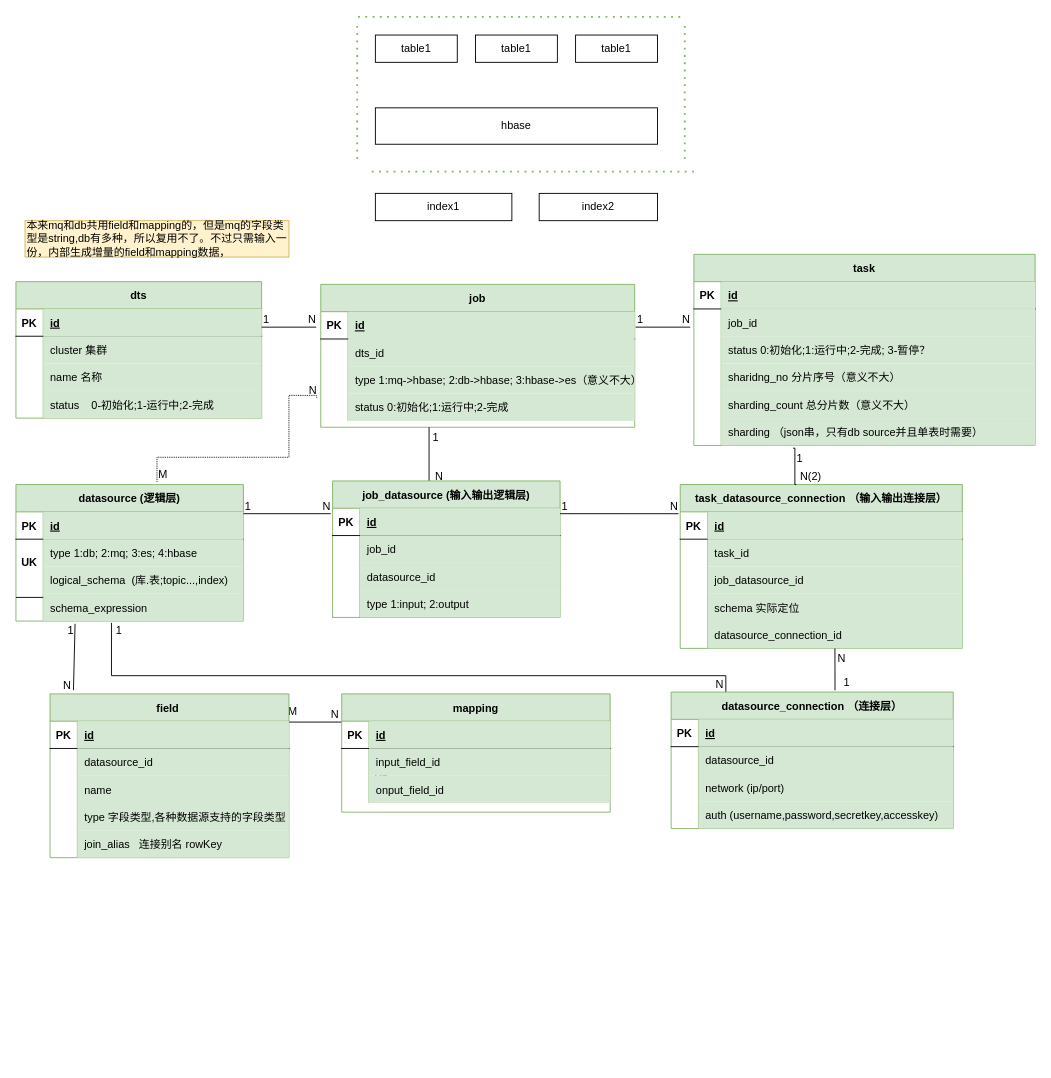
This is 数据同步.drawio from gangxing/drawio, a draw.io file, before an edit. Source tidied: cells renumbered, new cells numbered last; positions are measured from the earlier drawing's top-left corner, leaving out a move shared by most shapes. Both pictures are drawn from the tidied source at 91%, with x=0, y=0 at pixel (15, 16).
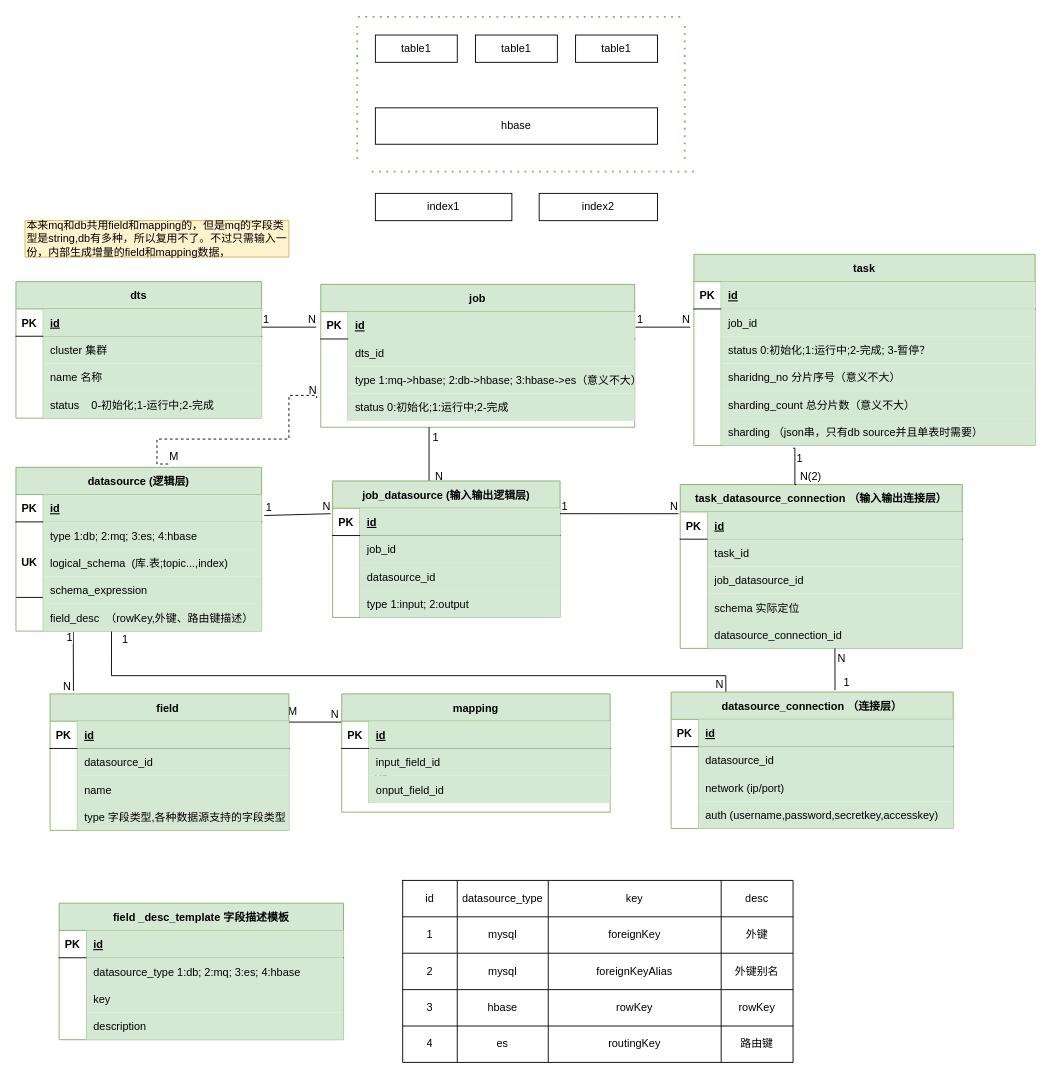
After the change.

Unchanged cells that the change refers to:
```xml
<mxCell id="25" style="shape=partialRectangle;fillColor=none;top=0;left=0;bottom=0;right=0;points=[[0,0.5],[1,0.5]];portConstraint=eastwest;" parent="15" vertex="1">
  <mxGeometry y="120" width="345" height="30" as="geometry" />
</mxCell>
<mxCell id="137" value="datasource_connection （连接层）" style="shape=table;startSize=30;childLayout=tableLayout;rowLines=0;fontStyle=1;align=center;fillColor=#d5e8d4;strokeColor=#82b366;" parent="1" vertex="1">
  <mxGeometry x="720" y="742" width="310" height="150" as="geometry" />
</mxCell>
```

The edit, as a diff of the source:
```diff
@@
-    <mxCell id="47" value="datasource (逻辑层)" style="shape=table;startSize=30;childLayout=tableLayout;rowLines=0;fontStyle=1;align=center;fillColor=#d5e8d4;strokeColor=#82b366;" parent="1" vertex="1">
-      <mxGeometry y="514" width="250" height="150" as="geometry" />
-    </mxCell>
-    <mxCell id="48" style="shape=partialRectangle;fillColor=none;top=0;left=0;bottom=1;right=0;points=[[0,0.5],[1,0.5]];portConstraint=eastwest;" parent="47" vertex="1">
-      <mxGeometry y="30" width="250" height="30" as="geometry" />
-    </mxCell>
-    <mxCell id="49" value="PK" style="shape=partialRectangle;fillColor=none;top=0;left=0;bottom=0;right=0;fontStyle=1;overflow=hidden;" parent="48" vertex="1">
-      <mxGeometry width="30" height="30" as="geometry" />
-    </mxCell>
-    <mxCell id="50" value="id" style="shape=partialRectangle;fillColor=#d5e8d4;top=0;left=0;bottom=0;right=0;align=left;spacingLeft=6;fontStyle=5;overflow=hidden;strokeColor=#82b366;" parent="48" vertex="1">
-      <mxGeometry x="30" width="220" height="30" as="geometry" />
-    </mxCell>
-    <mxCell id="51" style="shape=partialRectangle;fillColor=none;top=0;left=0;bottom=0;right=0;" parent="47" vertex="1">
-      <mxGeometry y="60" width="250" height="30" as="geometry" />
-    </mxCell>
-    <mxCell id="52" style="shape=partialRectangle;fillColor=none;top=0;left=0;bottom=0;right=0;overflow=hidden;" parent="51" vertex="1">
-      <mxGeometry width="30" height="30" as="geometry" />
-    </mxCell>
-    <mxCell id="53" value="type 1:db; 2:mq; 3:es; 4:hbase" style="shape=partialRectangle;fillColor=#d5e8d4;top=0;left=0;bottom=0;right=0;align=left;spacingLeft=6;overflow=hidden;strokeColor=#82b366;" parent="51" vertex="1">
-      <mxGeometry x="30" width="220" height="30" as="geometry" />
-    </mxCell>
-    <mxCell id="54" style="shape=partialRectangle;fillColor=none;top=0;left=0;bottom=0;right=0;" parent="47" vertex="1">
-      <mxGeometry y="90" width="250" height="30" as="geometry" />
-    </mxCell>
-    <mxCell id="55" style="shape=partialRectangle;fillColor=none;top=0;left=0;bottom=0;right=0;overflow=hidden;" parent="54" vertex="1">
-      <mxGeometry width="30" height="30" as="geometry" />
-    </mxCell>
-    <mxCell id="56" value="logical_schema  (库.表;topic...,index)" style="shape=partialRectangle;fillColor=#d5e8d4;top=0;left=0;bottom=0;right=0;align=left;spacingLeft=6;overflow=hidden;strokeColor=#82b366;" parent="54" vertex="1">
-      <mxGeometry x="30" width="220" height="30" as="geometry" />
-    </mxCell>
-    <mxCell id="57" style="shape=partialRectangle;fillColor=none;top=0;left=0;bottom=0;right=0;points=[[0,0.5],[1,0.5]];portConstraint=eastwest;" parent="47" vertex="1">
-      <mxGeometry y="120" width="250" height="30" as="geometry" />
-    </mxCell>
-    <mxCell id="58" style="shape=partialRectangle;fillColor=none;top=0;left=0;bottom=0;right=0;overflow=hidden;" parent="57" vertex="1">
-      <mxGeometry width="30" height="30" as="geometry" />
-    </mxCell>
-    <mxCell id="59" value="schema_expression" style="shape=partialRectangle;fillColor=#d5e8d4;top=0;left=0;bottom=0;right=0;align=left;spacingLeft=6;overflow=hidden;strokeColor=#82b366;" parent="57" vertex="1">
-      <mxGeometry x="30" width="220" height="30" as="geometry" />
-    </mxCell>
@@
-    <mxCell id="66" style="endArrow=none;html=1;rounded=0;" parent="1" edge="1">
+    <mxCell id="66" style="endArrow=none;html=1;rounded=0;exitX=1.011;exitY=0.767;exitDx=0;exitDy=0;exitPerimeter=0;" parent="1" edge="1" source="48">
       <mxGeometry relative="1" as="geometry">
-        <mxPoint x="250" y="546" as="sourcePoint" />
         <mxPoint x="346" y="546" as="targetPoint" />
       </mxGeometry>
     </mxCell>
@@
-    <mxCell id="72" style="endArrow=none;html=1;rounded=0;edgeStyle=orthogonalEdgeStyle;entryX=0.194;entryY=0;entryDx=0;entryDy=0;entryPerimeter=0;" parent="1" edge="1" target="137">
+    <mxCell id="72" style="endArrow=none;html=1;rounded=0;edgeStyle=orthogonalEdgeStyle;entryX=0.194;entryY=0;entryDx=0;entryDy=0;entryPerimeter=0;exitX=0.389;exitY=1;exitDx=0;exitDy=0;exitPerimeter=0;" parent="1" edge="1" source="178" target="137">
       <mxGeometry relative="1" as="geometry">
-        <mxPoint x="105" y="666" as="sourcePoint" />
         <Array as="points">
           <mxPoint x="105" y="724" />
           <mxPoint x="780" y="724" />
         </Array>
       </mxGeometry>
     </mxCell>
@@
     <mxCell id="75" value="1" style="edgeLabel;html=1;align=center;verticalAlign=middle;fontSize=12;" parent="72" vertex="1">
       <mxGeometry x="-0.72" y="1" relative="1" as="geometry">
-        <mxPoint x="-40" y="-49" as="offset" />
+        <mxPoint x="-40" y="-39" as="offset" />
       </mxGeometry>
     </mxCell>
@@
-    <mxCell id="91" style="endArrow=none;html=1;rounded=0;entryX=0.098;entryY=-0.022;entryDx=0;entryDy=0;entryPerimeter=0;exitX=0.26;exitY=1.1;exitDx=0;exitDy=0;exitPerimeter=0;" parent="1" edge="1" source="57" target="111">
-      <mxGeometry relative="1" as="geometry" />
+    <mxCell id="91" style="endArrow=none;html=1;rounded=0;entryX=0.098;entryY=-0.022;entryDx=0;entryDy=0;entryPerimeter=0;" parent="1" edge="1" target="111">
+      <mxGeometry relative="1" as="geometry">
+        <mxPoint x="63" y="676" as="sourcePoint" />
+      </mxGeometry>
     </mxCell>
@@
     <mxCell id="111" value="field " style="shape=table;startSize=30;childLayout=tableLayout;rowLines=0;fontStyle=1;align=center;fillColor=#d5e8d4;strokeColor=#82b366;" parent="1" vertex="1">
-      <mxGeometry x="37.5" y="744" width="262.5" height="180" as="geometry" />
+      <mxGeometry x="37.5" y="744" width="262.5" height="150" as="geometry" />
     </mxCell>
@@
-    <mxCell id="124" style="shape=partialRectangle;fillColor=none;top=0;left=0;bottom=0;right=0;" parent="111" vertex="1">
-      <mxGeometry y="150" width="262.5" height="30" as="geometry" />
-    </mxCell>
-    <mxCell id="125" style="shape=partialRectangle;fillColor=none;top=0;left=0;bottom=0;right=0;overflow=hidden;" parent="124" vertex="1">
-      <mxGeometry width="30" height="30" as="geometry" />
-    </mxCell>
-    <mxCell id="126" value="join_alias   连接别名 rowKey" style="shape=partialRectangle;fillColor=#d5e8d4;top=0;left=0;bottom=0;right=0;align=left;spacingLeft=6;overflow=hidden;strokeColor=#82b366;" parent="124" vertex="1">
-      <mxGeometry x="30" width="232.5" height="30" as="geometry" />
-    </mxCell>
@@
-    <mxCell id="175" style="endArrow=none;html=1;rounded=0;exitX=0.62;exitY=-0.02;exitDx=0;exitDy=0;exitPerimeter=0;entryX=-0.013;entryY=0.167;entryDx=0;entryDy=0;entryPerimeter=0;edgeStyle=orthogonalEdgeStyle;dashed=1;dashPattern=1 1;" parent="1" edge="1" source="47" target="25">
+    <mxCell id="175" style="endArrow=none;html=1;rounded=0;exitX=0.62;exitY=-0.02;exitDx=0;exitDy=0;exitPerimeter=0;entryX=-0.013;entryY=0.167;entryDx=0;entryDy=0;entryPerimeter=0;edgeStyle=orthogonalEdgeStyle;dashed=1;" parent="1" edge="1" source="47" target="25">
       <mxGeometry relative="1" as="geometry">
         <Array as="points">
-          <mxPoint x="155" y="484" />
-          <mxPoint x="300" y="484" />
+          <mxPoint x="155" y="464" />
+          <mxPoint x="300" y="464" />
           <mxPoint x="300" y="416" />
+          <mxPoint x="331" y="416" />
         </Array>
       </mxGeometry>
     </mxCell>
@@
+    <mxCell id="47" value="datasource (逻辑层)" style="shape=table;startSize=30;childLayout=tableLayout;rowLines=0;fontStyle=1;align=center;fillColor=#d5e8d4;strokeColor=#82b366;" parent="1" vertex="1">
+      <mxGeometry y="495" width="270" height="180" as="geometry" />
+    </mxCell>
+    <mxCell id="48" style="shape=partialRectangle;fillColor=none;top=0;left=0;bottom=1;right=0;points=[[0,0.5],[1,0.5]];portConstraint=eastwest;" parent="47" vertex="1">
+      <mxGeometry y="30" width="270" height="30" as="geometry" />
+    </mxCell>
+    <mxCell id="49" value="PK" style="shape=partialRectangle;fillColor=none;top=0;left=0;bottom=0;right=0;fontStyle=1;overflow=hidden;" parent="48" vertex="1">
+      <mxGeometry width="30" height="30" as="geometry" />
+    </mxCell>
+    <mxCell id="50" value="id" style="shape=partialRectangle;fillColor=#d5e8d4;top=0;left=0;bottom=0;right=0;align=left;spacingLeft=6;fontStyle=5;overflow=hidden;strokeColor=#82b366;" parent="48" vertex="1">
+      <mxGeometry x="30" width="240" height="30" as="geometry" />
+    </mxCell>
+    <mxCell id="51" style="shape=partialRectangle;fillColor=none;top=0;left=0;bottom=0;right=0;" parent="47" vertex="1">
+      <mxGeometry y="60" width="270" height="30" as="geometry" />
+    </mxCell>
+    <mxCell id="52" style="shape=partialRectangle;fillColor=none;top=0;left=0;bottom=0;right=0;overflow=hidden;" parent="51" vertex="1">
+      <mxGeometry width="30" height="30" as="geometry" />
+    </mxCell>
+    <mxCell id="53" value="type 1:db; 2:mq; 3:es; 4:hbase" style="shape=partialRectangle;fillColor=#d5e8d4;top=0;left=0;bottom=0;right=0;align=left;spacingLeft=6;overflow=hidden;strokeColor=#82b366;" parent="51" vertex="1">
+      <mxGeometry x="30" width="240" height="30" as="geometry" />
+    </mxCell>
+    <mxCell id="54" style="shape=partialRectangle;fillColor=none;top=0;left=0;bottom=0;right=0;" parent="47" vertex="1">
+      <mxGeometry y="90" width="270" height="30" as="geometry" />
+    </mxCell>
+    <mxCell id="55" style="shape=partialRectangle;fillColor=none;top=0;left=0;bottom=0;right=0;overflow=hidden;" parent="54" vertex="1">
+      <mxGeometry width="30" height="30" as="geometry" />
+    </mxCell>
+    <mxCell id="56" value="logical_schema  (库.表;topic...,index)" style="shape=partialRectangle;fillColor=#d5e8d4;top=0;left=0;bottom=0;right=0;align=left;spacingLeft=6;overflow=hidden;strokeColor=#82b366;" parent="54" vertex="1">
+      <mxGeometry x="30" width="240" height="30" as="geometry" />
+    </mxCell>
+    <mxCell id="57" style="shape=partialRectangle;fillColor=none;top=0;left=0;bottom=0;right=0;points=[[0,0.5],[1,0.5]];portConstraint=eastwest;" parent="47" vertex="1">
+      <mxGeometry y="120" width="270" height="30" as="geometry" />
+    </mxCell>
+    <mxCell id="58" style="shape=partialRectangle;fillColor=none;top=0;left=0;bottom=0;right=0;overflow=hidden;" parent="57" vertex="1">
+      <mxGeometry width="30" height="30" as="geometry" />
+    </mxCell>
+    <mxCell id="59" value="schema_expression" style="shape=partialRectangle;fillColor=#d5e8d4;top=0;left=0;bottom=0;right=0;align=left;spacingLeft=6;overflow=hidden;strokeColor=#82b366;" parent="57" vertex="1">
+      <mxGeometry x="30" width="240" height="30" as="geometry" />
+    </mxCell>
+    <mxCell id="178" style="shape=partialRectangle;fillColor=none;top=0;left=0;bottom=0;right=0;points=[[0,0.5],[1,0.5]];portConstraint=eastwest;" parent="47" vertex="1">
+      <mxGeometry y="150" width="270" height="30" as="geometry" />
+    </mxCell>
+    <mxCell id="179" style="shape=partialRectangle;fillColor=none;top=0;left=0;bottom=0;right=0;overflow=hidden;" parent="178" vertex="1">
+      <mxGeometry width="30" height="30" as="geometry" />
+    </mxCell>
+    <mxCell id="180" value="field_desc  （rowKey,外键、路由键描述）" style="shape=partialRectangle;fillColor=#d5e8d4;top=0;left=0;bottom=0;right=0;align=left;spacingLeft=6;overflow=hidden;strokeColor=#82b366;" parent="178" vertex="1">
+      <mxGeometry x="30" width="240" height="30" as="geometry" />
+    </mxCell>
+    <mxCell id="181" value="field _desc_template 字段描述模板" style="shape=table;startSize=30;childLayout=tableLayout;rowLines=0;fontStyle=1;align=center;fillColor=#d5e8d4;strokeColor=#82b366;" parent="1" vertex="1">
+      <mxGeometry x="47.5" y="974" width="312.5" height="150" as="geometry" />
+    </mxCell>
+    <mxCell id="182" style="shape=partialRectangle;fillColor=none;top=0;left=0;bottom=1;right=0;" parent="181" vertex="1">
+      <mxGeometry y="30" width="312.5" height="30" as="geometry" />
+    </mxCell>
+    <mxCell id="183" value="PK" style="shape=partialRectangle;fillColor=none;top=0;left=0;bottom=0;right=0;fontStyle=1;overflow=hidden;" parent="182" vertex="1">
+      <mxGeometry width="30" height="30" as="geometry" />
+    </mxCell>
+    <mxCell id="184" value="id" style="shape=partialRectangle;fillColor=#d5e8d4;top=0;left=0;bottom=0;right=0;align=left;spacingLeft=6;fontStyle=5;overflow=hidden;strokeColor=#82b366;" parent="182" vertex="1">
+      <mxGeometry x="30" width="282.5" height="30" as="geometry" />
+    </mxCell>
+    <mxCell id="185" style="shape=partialRectangle;fillColor=none;top=0;left=0;bottom=0;right=0;" parent="181" vertex="1">
+      <mxGeometry y="60" width="312.5" height="30" as="geometry" />
+    </mxCell>
+    <mxCell id="186" style="shape=partialRectangle;fillColor=none;top=0;left=0;bottom=0;right=0;overflow=hidden;" parent="185" vertex="1">
+      <mxGeometry width="30" height="30" as="geometry" />
+    </mxCell>
+    <mxCell id="187" value="datasource_type 1:db; 2:mq; 3:es; 4:hbase" style="shape=partialRectangle;fillColor=#d5e8d4;top=0;left=0;bottom=0;right=0;align=left;spacingLeft=6;overflow=hidden;strokeColor=#82b366;" parent="185" vertex="1">
+      <mxGeometry x="30" width="282.5" height="30" as="geometry" />
+    </mxCell>
+    <mxCell id="188" style="shape=partialRectangle;fillColor=none;top=0;left=0;bottom=0;right=0;" parent="181" vertex="1">
+      <mxGeometry y="90" width="312.5" height="30" as="geometry" />
+    </mxCell>
+    <mxCell id="189" style="shape=partialRectangle;fillColor=none;top=0;left=0;bottom=0;right=0;overflow=hidden;" parent="188" vertex="1">
+      <mxGeometry width="30" height="30" as="geometry" />
+    </mxCell>
+    <mxCell id="190" value="key" style="shape=partialRectangle;fillColor=#d5e8d4;top=0;left=0;bottom=0;right=0;align=left;spacingLeft=6;overflow=hidden;strokeColor=#82b366;" parent="188" vertex="1">
+      <mxGeometry x="30" width="282.5" height="30" as="geometry" />
+    </mxCell>
+    <mxCell id="191" style="shape=partialRectangle;fillColor=none;top=0;left=0;bottom=0;right=0;" parent="181" vertex="1">
+      <mxGeometry y="120" width="312.5" height="30" as="geometry" />
+    </mxCell>
+    <mxCell id="192" style="shape=partialRectangle;fillColor=none;top=0;left=0;bottom=0;right=0;overflow=hidden;" parent="191" vertex="1">
+      <mxGeometry width="30" height="30" as="geometry" />
+    </mxCell>
+    <mxCell id="193" value="description" style="shape=partialRectangle;fillColor=#d5e8d4;top=0;left=0;bottom=0;right=0;align=left;spacingLeft=6;overflow=hidden;strokeColor=#82b366;" parent="191" vertex="1">
+      <mxGeometry x="30" width="282.5" height="30" as="geometry" />
+    </mxCell>
+    <mxCell id="194" style="shape=table;html=1;whiteSpace=wrap;startSize=0;childLayout=tableLayout;" parent="1" vertex="1">
+      <mxGeometry x="425" y="949" width="429" height="200" as="geometry" />
+    </mxCell>
+    <mxCell id="195" style="shape=partialRectangle;html=1;whiteSpace=wrap;fillColor=none;top=0;left=0;bottom=0;right=0;" parent="194" vertex="1">
+      <mxGeometry width="429" height="40" as="geometry" />
+    </mxCell>
+    <mxCell id="196" value="id" style="shape=partialRectangle;html=1;whiteSpace=wrap;overflow=hidden;fillColor=none;top=0;left=0;bottom=0;right=0;" parent="195" vertex="1">
+      <mxGeometry width="60" height="40" as="geometry" />
+    </mxCell>
+    <mxCell id="197" value="datasource_type" style="shape=partialRectangle;html=1;whiteSpace=wrap;overflow=hidden;fillColor=none;top=0;left=0;bottom=0;right=0;" parent="195" vertex="1">
+      <mxGeometry x="60" width="100" height="40" as="geometry" />
+    </mxCell>
+    <mxCell id="198" value="key" style="shape=partialRectangle;html=1;whiteSpace=wrap;overflow=hidden;fillColor=none;top=0;left=0;bottom=0;right=0;" parent="195" vertex="1">
+      <mxGeometry x="160" width="190" height="40" as="geometry" />
+    </mxCell>
+    <mxCell id="199" value="desc" style="shape=partialRectangle;html=1;whiteSpace=wrap;overflow=hidden;fillColor=none;top=0;left=0;bottom=0;right=0;" parent="195" vertex="1">
+      <mxGeometry x="350" width="79" height="40" as="geometry" />
+    </mxCell>
+    <mxCell id="200" style="shape=partialRectangle;html=1;whiteSpace=wrap;fillColor=none;top=0;left=0;bottom=0;right=0;" parent="194" vertex="1">
+      <mxGeometry y="40" width="429" height="40" as="geometry" />
+    </mxCell>
+    <mxCell id="201" value="1" style="shape=partialRectangle;html=1;whiteSpace=wrap;overflow=hidden;fillColor=none;top=0;left=0;bottom=0;right=0;" parent="200" vertex="1">
+      <mxGeometry width="60" height="40" as="geometry" />
+    </mxCell>
+    <mxCell id="202" value="mysql" style="shape=partialRectangle;html=1;whiteSpace=wrap;overflow=hidden;fillColor=none;top=0;left=0;bottom=0;right=0;" parent="200" vertex="1">
+      <mxGeometry x="60" width="100" height="40" as="geometry" />
+    </mxCell>
+    <mxCell id="203" value="foreignKey" style="shape=partialRectangle;html=1;whiteSpace=wrap;overflow=hidden;fillColor=none;top=0;left=0;bottom=0;right=0;" parent="200" vertex="1">
+      <mxGeometry x="160" width="190" height="40" as="geometry" />
+    </mxCell>
+    <mxCell id="204" value="外键" style="shape=partialRectangle;html=1;whiteSpace=wrap;overflow=hidden;fillColor=none;top=0;left=0;bottom=0;right=0;" parent="200" vertex="1">
+      <mxGeometry x="350" width="79" height="40" as="geometry" />
+    </mxCell>
+    <mxCell id="205" style="shape=partialRectangle;html=1;whiteSpace=wrap;fillColor=none;top=0;left=0;bottom=0;right=0;" parent="194" vertex="1">
+      <mxGeometry y="80" width="429" height="40" as="geometry" />
+    </mxCell>
+    <mxCell id="206" value="2" style="shape=partialRectangle;html=1;whiteSpace=wrap;overflow=hidden;fillColor=none;top=0;left=0;bottom=0;right=0;" parent="205" vertex="1">
+      <mxGeometry width="60" height="40" as="geometry" />
+    </mxCell>
+    <mxCell id="207" value="mysql" style="shape=partialRectangle;html=1;whiteSpace=wrap;overflow=hidden;fillColor=none;top=0;left=0;bottom=0;right=0;" parent="205" vertex="1">
+      <mxGeometry x="60" width="100" height="40" as="geometry" />
+    </mxCell>
+    <mxCell id="208" value="foreignKeyAlias" style="shape=partialRectangle;html=1;whiteSpace=wrap;overflow=hidden;fillColor=none;top=0;left=0;bottom=0;right=0;" parent="205" vertex="1">
+      <mxGeometry x="160" width="190" height="40" as="geometry" />
+    </mxCell>
+    <mxCell id="209" value="外键别名" style="shape=partialRectangle;html=1;whiteSpace=wrap;overflow=hidden;fillColor=none;top=0;left=0;bottom=0;right=0;" parent="205" vertex="1">
+      <mxGeometry x="350" width="79" height="40" as="geometry" />
+    </mxCell>
+    <mxCell id="210" style="shape=partialRectangle;html=1;whiteSpace=wrap;fillColor=none;top=0;left=0;bottom=0;right=0;" parent="194" vertex="1">
+      <mxGeometry y="120" width="429" height="40" as="geometry" />
+    </mxCell>
+    <mxCell id="211" value="3" style="shape=partialRectangle;html=1;whiteSpace=wrap;overflow=hidden;fillColor=none;top=0;left=0;bottom=0;right=0;" parent="210" vertex="1">
+      <mxGeometry width="60" height="40" as="geometry" />
+    </mxCell>
+    <mxCell id="212" value="hbase" style="shape=partialRectangle;html=1;whiteSpace=wrap;overflow=hidden;fillColor=none;top=0;left=0;bottom=0;right=0;" parent="210" vertex="1">
+      <mxGeometry x="60" width="100" height="40" as="geometry" />
+    </mxCell>
+    <mxCell id="213" value="rowKey" style="shape=partialRectangle;html=1;whiteSpace=wrap;overflow=hidden;fillColor=none;top=0;left=0;bottom=0;right=0;" parent="210" vertex="1">
+      <mxGeometry x="160" width="190" height="40" as="geometry" />
+    </mxCell>
+    <mxCell id="214" value="rowKey" style="shape=partialRectangle;html=1;whiteSpace=wrap;overflow=hidden;fillColor=none;top=0;left=0;bottom=0;right=0;" parent="210" vertex="1">
+      <mxGeometry x="350" width="79" height="40" as="geometry" />
+    </mxCell>
+    <mxCell id="215" style="shape=partialRectangle;html=1;whiteSpace=wrap;fillColor=none;top=0;left=0;bottom=0;right=0;" parent="194" vertex="1">
+      <mxGeometry y="160" width="429" height="40" as="geometry" />
+    </mxCell>
+    <mxCell id="216" value="4" style="shape=partialRectangle;html=1;whiteSpace=wrap;overflow=hidden;fillColor=none;top=0;left=0;bottom=0;right=0;" parent="215" vertex="1">
+      <mxGeometry width="60" height="40" as="geometry" />
+    </mxCell>
+    <mxCell id="217" value="es" style="shape=partialRectangle;html=1;whiteSpace=wrap;overflow=hidden;fillColor=none;top=0;left=0;bottom=0;right=0;" parent="215" vertex="1">
+      <mxGeometry x="60" width="100" height="40" as="geometry" />
+    </mxCell>
+    <mxCell id="218" value="routingKey" style="shape=partialRectangle;html=1;whiteSpace=wrap;overflow=hidden;fillColor=none;top=0;left=0;bottom=0;right=0;" parent="215" vertex="1">
+      <mxGeometry x="160" width="190" height="40" as="geometry" />
+    </mxCell>
+    <mxCell id="219" value="路由键" style="shape=partialRectangle;html=1;whiteSpace=wrap;overflow=hidden;fillColor=none;top=0;left=0;bottom=0;right=0;" parent="215" vertex="1">
+      <mxGeometry x="350" width="79" height="40" as="geometry" />
+    </mxCell>
```
